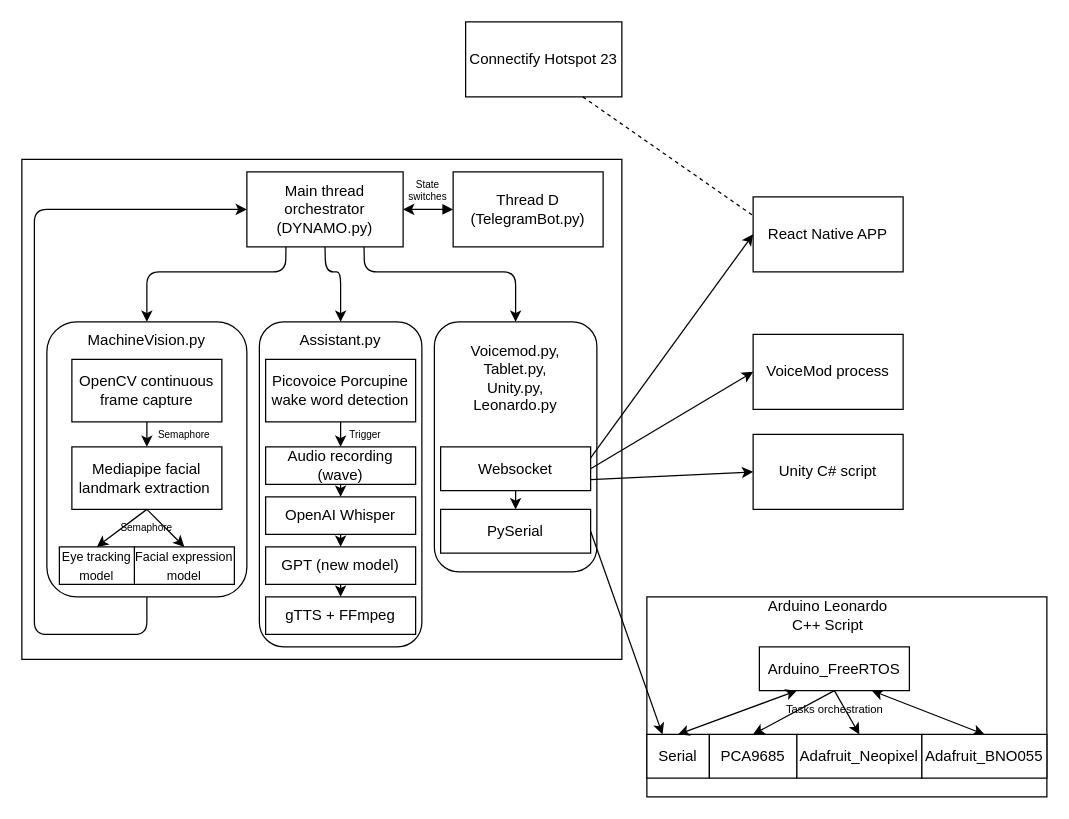
Above: Software.drawio in MekhyW/DYNAMO-Electronic_Fursuit-2.0 (draw.io), before the change. Source tidied: cells renumbered, new cells numbered last; positions are measured from the earlier drawing's top-left corner, leaving out a move shared by most shapes. Both pictures are drawn from the tidied source at 125%, with x=0, y=0 at pixel (21, 21).
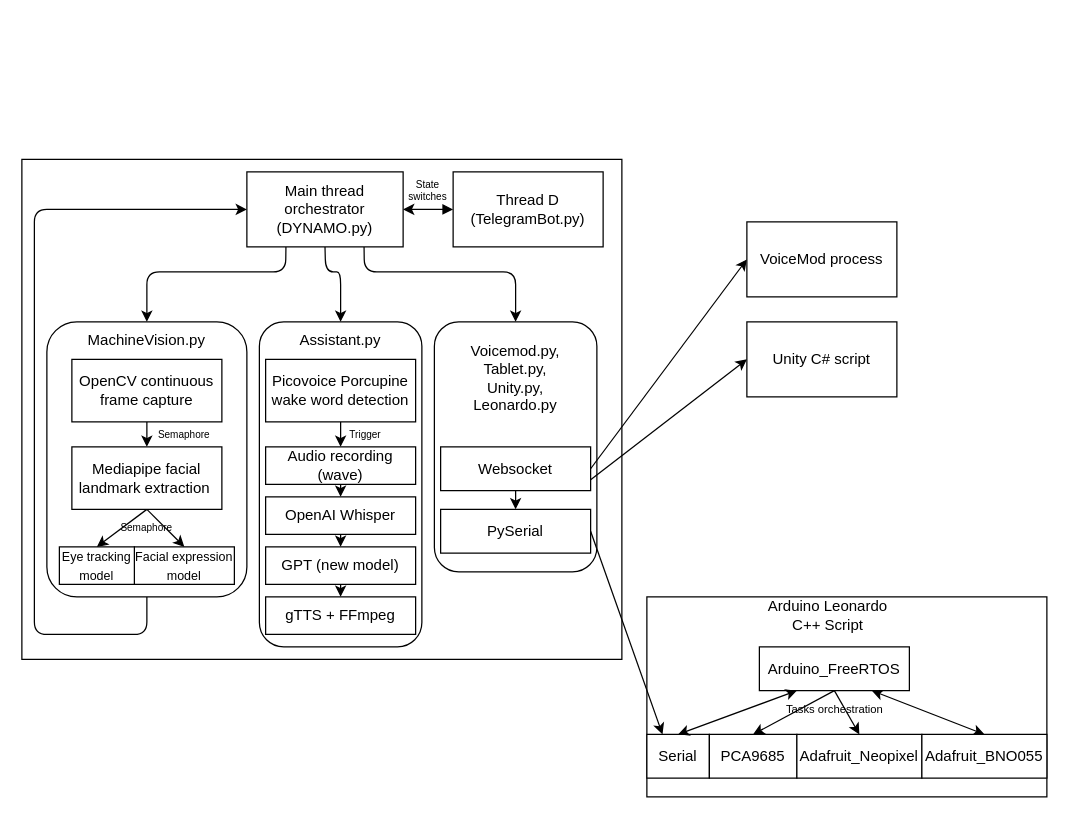
Above is the later version.

Unchanged cells that the change refers to:
```xml
<mxCell id="38" value="Websocket" style="rounded=0;whiteSpace=wrap;html=1;fontSize=12;" parent="1" vertex="1">
  <mxGeometry x="335" y="340" width="120" height="35" as="geometry" />
</mxCell>
```

The edit, as a diff of the source:
```diff
@@
-    <mxCell id="39" style="edgeStyle=none;html=1;exitX=1;exitY=0.25;exitDx=0;exitDy=0;entryX=0;entryY=0.5;entryDx=0;entryDy=0;" parent="1" edge="1" source="38" target="43">
-      <mxGeometry relative="1" as="geometry" />
-    </mxCell>
@@
     <mxCell id="42" value="&lt;font style=&quot;font-size: 12px;&quot;&gt;VoiceMod process&lt;/font&gt;" style="rounded=0;whiteSpace=wrap;html=1;" parent="1" vertex="1">
-      <mxGeometry x="585" y="250" width="120" height="60" as="geometry" />
+      <mxGeometry x="580" y="160" width="120" height="60" as="geometry" />
     </mxCell>
-    <mxCell id="43" value="React Native APP" style="rounded=0;whiteSpace=wrap;html=1;" parent="1" vertex="1">
-      <mxGeometry x="585" y="140" width="120" height="60" as="geometry" />
-    </mxCell>
     <mxCell id="44" value="Unity C# script" style="rounded=0;whiteSpace=wrap;html=1;" parent="1" vertex="1">
-      <mxGeometry x="585" y="330" width="120" height="60" as="geometry" />
+      <mxGeometry x="580" y="240" width="120" height="60" as="geometry" />
     </mxCell>
@@
-    <mxCell id="57" value="Connectify Hotspot 23" style="rounded=0;whiteSpace=wrap;html=1;" parent="1" vertex="1">
-      <mxGeometry x="355" width="125" height="60" as="geometry" />
-    </mxCell>
-    <mxCell id="58" style="endArrow=none;dashed=1;html=1;exitX=0.75;exitY=1;exitDx=0;exitDy=0;entryX=0;entryY=0.25;entryDx=0;entryDy=0;" parent="1" edge="1" source="57" target="43">
-      <mxGeometry relative="1" as="geometry" />
-    </mxCell>
```
